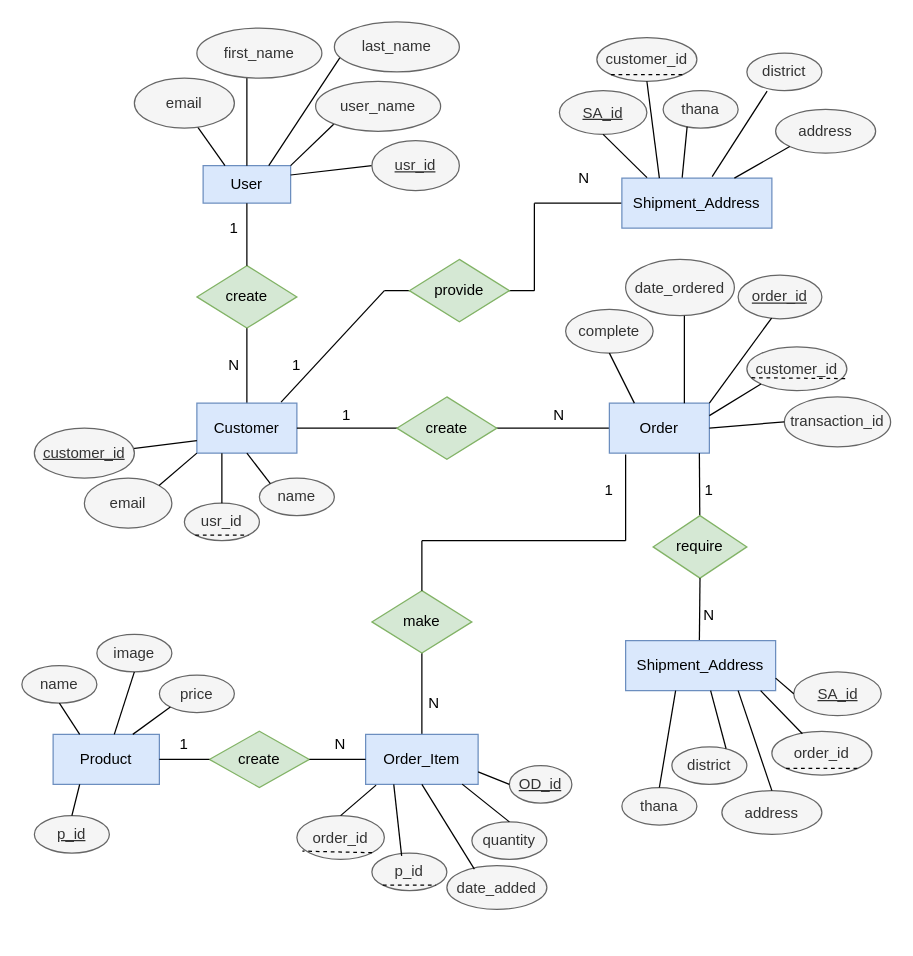
Before: erDiagram/ermodel.drawio in FahadulShadhin/brikkho, a draw.io diagram. Source tidied: cells renumbered, new cells numbered last; positions are measured from the earlier drawing's top-left corner, leaving out a move shared by most shapes. Both pictures are drawn from the tidied source at 125%, with x=0, y=0 at pixel (21, 21).
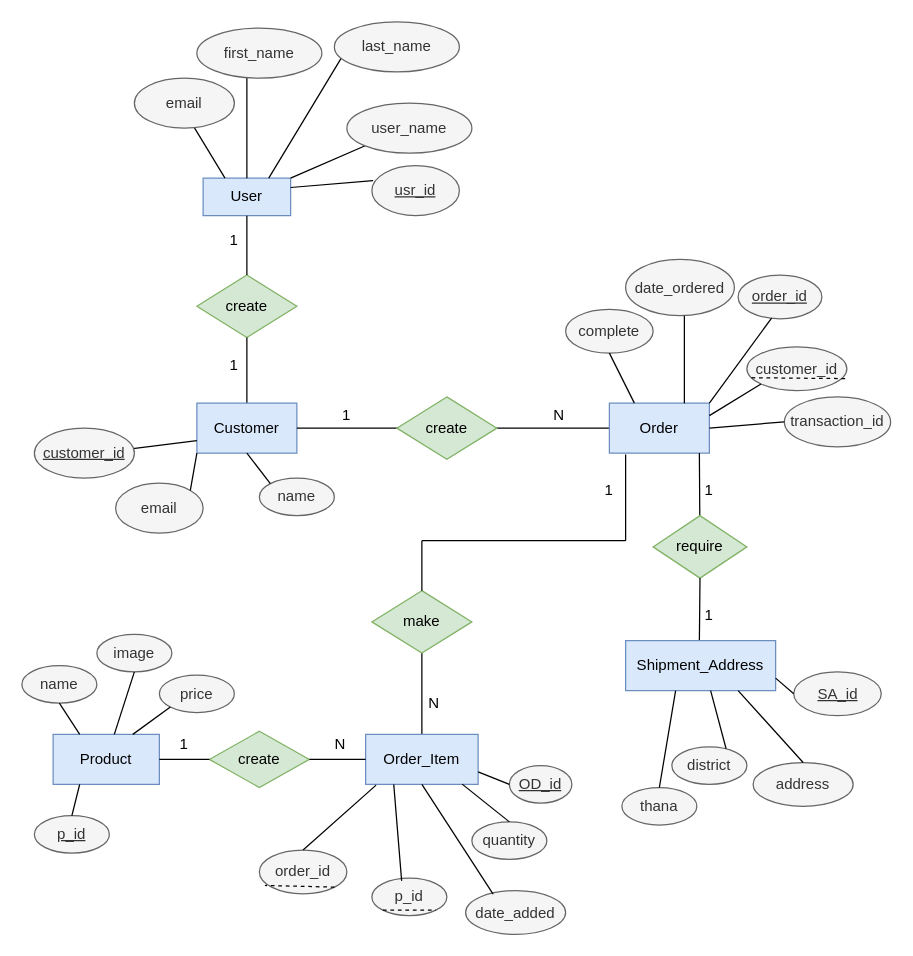
Above is the later version.

Unchanged cells that the change refers to:
```xml
<mxCell id="13" value="Customer" style="rounded=0;whiteSpace=wrap;html=1;fillColor=#dae8fc;strokeColor=#6c8ebf;" parent="1" vertex="1">
  <mxGeometry x="140" y="305" width="80" height="40" as="geometry" />
</mxCell>
```

What changed in the source:
```diff
@@
     <mxCell id="2" value="User" style="rounded=0;whiteSpace=wrap;html=1;fillColor=#dae8fc;strokeColor=#6c8ebf;" parent="1" vertex="1">
-      <mxGeometry x="145" y="115" width="70" height="30" as="geometry" />
+      <mxGeometry x="145" y="125" width="70" height="30" as="geometry" />
     </mxCell>
@@
     <mxCell id="4" value="user_name" style="ellipse;whiteSpace=wrap;html=1;fillColor=#f5f5f5;strokeColor=#666666;fontColor=#333333;" parent="1" vertex="1">
-      <mxGeometry x="235" y="47.5" width="100" height="40" as="geometry" />
+      <mxGeometry x="260" y="65" width="100" height="40" as="geometry" />
     </mxCell>
@@
     <mxCell id="11" value="create" style="rhombus;whiteSpace=wrap;html=1;fillColor=#d5e8d4;strokeColor=#82b366;" parent="1" vertex="1">
-      <mxGeometry x="140" y="195" width="80" height="50" as="geometry" />
+      <mxGeometry x="140" y="202.5" width="80" height="50" as="geometry" />
     </mxCell>
@@
-    <mxCell id="14" style="endArrow=none;html=1;exitX=1;exitY=0.25;exitDx=0;exitDy=0;" parent="1" edge="1" source="2">
-      <mxGeometry relative="1" as="geometry">
-        <mxPoint x="280" y="115" as="targetPoint" />
-      </mxGeometry>
+    <mxCell id="14" style="endArrow=none;html=1;exitX=1;exitY=0.25;exitDx=0;exitDy=0;entryX=0.014;entryY=0.3;entryDx=0;entryDy=0;entryPerimeter=0;" parent="1" edge="1" source="2" target="15">
+      <mxGeometry relative="1" as="geometry" />
     </mxCell>
     <mxCell id="15" value="&lt;u&gt;usr_id&lt;/u&gt;" style="ellipse;whiteSpace=wrap;html=1;fillColor=#f5f5f5;strokeColor=#666666;fontColor=#333333;" parent="1" vertex="1">
-      <mxGeometry x="280" y="95" width="70" height="40" as="geometry" />
+      <mxGeometry x="280" y="115" width="70" height="40" as="geometry" />
     </mxCell>
-    <mxCell id="16" value="1" style="text;html=1;strokeColor=none;fillColor=none;align=center;verticalAlign=middle;whiteSpace=wrap;rounded=0;" parent="1" vertex="1">
-      <mxGeometry x="200" y="265" width="40" height="20" as="geometry" />
-    </mxCell>
-    <mxCell id="17" value="N" style="text;html=1;strokeColor=none;fillColor=none;align=center;verticalAlign=middle;whiteSpace=wrap;rounded=0;" parent="1" vertex="1">
+    <mxCell id="17" value="1" style="text;html=1;strokeColor=none;fillColor=none;align=center;verticalAlign=middle;whiteSpace=wrap;rounded=0;" parent="1" vertex="1">
       <mxGeometry x="150" y="265" width="40" height="20" as="geometry" />
     </mxCell>
-    <mxCell id="18" value="usr_id" style="ellipse;whiteSpace=wrap;html=1;fillColor=#f5f5f5;strokeColor=#666666;fontColor=#333333;" parent="1" vertex="1">
-      <mxGeometry x="130" y="385" width="60" height="30" as="geometry" />
-    </mxCell>
@@
-    <mxCell id="20" style="endArrow=none;dashed=1;html=1;entryX=1;entryY=1;entryDx=0;entryDy=0;exitX=0;exitY=1;exitDx=0;exitDy=0;" parent="1" edge="1" source="18" target="18">
-      <mxGeometry relative="1" as="geometry" />
-    </mxCell>
-    <mxCell id="21" style="endArrow=none;html=1;entryX=0.25;entryY=1;entryDx=0;entryDy=0;exitX=0.5;exitY=0;exitDx=0;exitDy=0;" parent="1" edge="1" source="18" target="13">
-      <mxGeometry relative="1" as="geometry" />
-    </mxCell>
@@
     <mxCell id="23" value="email" style="ellipse;whiteSpace=wrap;html=1;fillColor=#f5f5f5;strokeColor=#666666;fontColor=#333333;" parent="1" vertex="1">
-      <mxGeometry x="50" y="365" width="70" height="40" as="geometry" />
+      <mxGeometry x="75" y="369" width="70" height="40" as="geometry" />
     </mxCell>
@@
-    <mxCell id="47" value="N" style="text;html=1;strokeColor=none;fillColor=none;align=center;verticalAlign=middle;whiteSpace=wrap;rounded=0;" parent="1" vertex="1">
+    <mxCell id="47" value="1" style="text;html=1;strokeColor=none;fillColor=none;align=center;verticalAlign=middle;whiteSpace=wrap;rounded=0;" parent="1" vertex="1">
       <mxGeometry x="530" y="465" width="40" height="20" as="geometry" />
     </mxCell>
@@
-    <mxCell id="49" value="order_id" style="ellipse;whiteSpace=wrap;html=1;fillColor=#f5f5f5;strokeColor=#666666;fontColor=#333333;" parent="1" vertex="1">
-      <mxGeometry x="600" y="567.5" width="80" height="35" as="geometry" />
-    </mxCell>
-    <mxCell id="50" style="endArrow=none;dashed=1;html=1;entryX=1;entryY=1;entryDx=0;entryDy=0;exitX=0;exitY=1;exitDx=0;exitDy=0;" parent="1" edge="1" source="49" target="49">
-      <mxGeometry relative="1" as="geometry" />
-    </mxCell>
-    <mxCell id="51" style="endArrow=none;html=1;entryX=0.305;entryY=0.057;entryDx=0;entryDy=0;entryPerimeter=0;" parent="1" edge="1" target="49">
-      <mxGeometry relative="1" as="geometry">
-        <mxPoint x="591" y="535" as="sourcePoint" />
-      </mxGeometry>
-    </mxCell>
     <mxCell id="52" value="address" style="ellipse;whiteSpace=wrap;html=1;fillColor=#f5f5f5;strokeColor=#666666;fontColor=#333333;" parent="1" vertex="1">
-      <mxGeometry x="560" y="615" width="80" height="35" as="geometry" />
+      <mxGeometry x="585" y="592.5" width="80" height="35" as="geometry" />
     </mxCell>
@@
     <mxCell id="66" value="order_id" style="ellipse;whiteSpace=wrap;html=1;fillColor=#f5f5f5;strokeColor=#666666;fontColor=#333333;" parent="1" vertex="1">
-      <mxGeometry x="220" y="635" width="70" height="35" as="geometry" />
+      <mxGeometry x="190" y="662.5" width="70" height="35" as="geometry" />
     </mxCell>
@@
     <mxCell id="69" value="p_id" style="ellipse;whiteSpace=wrap;html=1;fillColor=#f5f5f5;strokeColor=#666666;fontColor=#333333;" parent="1" vertex="1">
-      <mxGeometry x="280" y="665" width="60" height="30" as="geometry" />
+      <mxGeometry x="280" y="685" width="60" height="30" as="geometry" />
     </mxCell>
@@
     <mxCell id="73" value="date_added" style="ellipse;whiteSpace=wrap;html=1;fillColor=#f5f5f5;strokeColor=#666666;fontColor=#333333;" parent="1" vertex="1">
-      <mxGeometry x="340" y="675" width="80" height="35" as="geometry" />
+      <mxGeometry x="355" y="695" width="80" height="35" as="geometry" />
     </mxCell>
@@
-    <mxCell id="87" style="endArrow=none;html=1;entryX=0.842;entryY=-0.02;entryDx=0;entryDy=0;entryPerimeter=0;" parent="1" edge="1" target="13">
-      <mxGeometry relative="1" as="geometry">
-        <mxPoint x="290" y="215" as="sourcePoint" />
-      </mxGeometry>
-    </mxCell>
-    <mxCell id="88" style="endArrow=none;html=1;" parent="1" edge="1">
-      <mxGeometry relative="1" as="geometry">
-        <mxPoint x="290" y="215" as="sourcePoint" />
-        <mxPoint x="410" y="215" as="targetPoint" />
-      </mxGeometry>
-    </mxCell>
-    <mxCell id="89" style="endArrow=none;html=1;" parent="1" edge="1">
-      <mxGeometry relative="1" as="geometry">
-        <mxPoint x="410" y="215" as="sourcePoint" />
-        <mxPoint x="410" y="145" as="targetPoint" />
-      </mxGeometry>
-    </mxCell>
-    <mxCell id="90" style="endArrow=none;html=1;entryX=0;entryY=0.5;entryDx=0;entryDy=0;" parent="1" edge="1" target="92">
-      <mxGeometry relative="1" as="geometry">
-        <mxPoint x="410" y="145" as="sourcePoint" />
-      </mxGeometry>
-    </mxCell>
-    <mxCell id="91" value="provide" style="rhombus;whiteSpace=wrap;html=1;fillColor=#d5e8d4;strokeColor=#82b366;" parent="1" vertex="1">
-      <mxGeometry x="310" y="190" width="80" height="50" as="geometry" />
-    </mxCell>
-    <mxCell id="92" value="Shipment_Address" style="rounded=0;whiteSpace=wrap;html=1;fillColor=#dae8fc;strokeColor=#6c8ebf;" parent="1" vertex="1">
-      <mxGeometry x="480" y="125" width="120" height="40" as="geometry" />
-    </mxCell>
-    <mxCell id="93" value="&lt;u&gt;SA_id&lt;/u&gt;" style="ellipse;whiteSpace=wrap;html=1;fillColor=#f5f5f5;strokeColor=#666666;fontColor=#333333;" parent="1" vertex="1">
-      <mxGeometry x="430" y="55" width="70" height="35" as="geometry" />
-    </mxCell>
-    <mxCell id="94" value="customer_id" style="ellipse;whiteSpace=wrap;html=1;fillColor=#f5f5f5;strokeColor=#666666;fontColor=#333333;" parent="1" vertex="1">
-      <mxGeometry x="460" y="12.5" width="80" height="35" as="geometry" />
-    </mxCell>
-    <mxCell id="95" value="address" style="ellipse;whiteSpace=wrap;html=1;fillColor=#f5f5f5;strokeColor=#666666;fontColor=#333333;" parent="1" vertex="1">
-      <mxGeometry x="603" y="70" width="80" height="35" as="geometry" />
-    </mxCell>
-    <mxCell id="96" value="district" style="ellipse;whiteSpace=wrap;html=1;fillColor=#f5f5f5;strokeColor=#666666;fontColor=#333333;" parent="1" vertex="1">
-      <mxGeometry x="580" y="25" width="60" height="30" as="geometry" />
-    </mxCell>
-    <mxCell id="97" value="thana" style="ellipse;whiteSpace=wrap;html=1;fillColor=#f5f5f5;strokeColor=#666666;fontColor=#333333;" parent="1" vertex="1">
-      <mxGeometry x="513" y="55" width="60" height="30" as="geometry" />
-    </mxCell>
-    <mxCell id="98" style="endArrow=none;dashed=1;html=1;entryX=1;entryY=1;entryDx=0;entryDy=0;exitX=0;exitY=1;exitDx=0;exitDy=0;" parent="1" edge="1" source="94" target="94">
-      <mxGeometry relative="1" as="geometry" />
-    </mxCell>
-    <mxCell id="99" style="edgeStyle=orthogonalEdgeStyle;rounded=0;orthogonalLoop=1;jettySize=auto;html=1;exitX=0.5;exitY=1;exitDx=0;exitDy=0;" parent="1" edge="1" source="96" target="96">
-      <mxGeometry relative="1" as="geometry" />
-    </mxCell>
-    <mxCell id="100" style="endArrow=none;html=1;entryX=0.5;entryY=1;entryDx=0;entryDy=0;exitX=0.168;exitY=-0.01;exitDx=0;exitDy=0;exitPerimeter=0;" parent="1" edge="1" source="92" target="93">
-      <mxGeometry relative="1" as="geometry" />
-    </mxCell>
-    <mxCell id="101" style="endArrow=none;html=1;entryX=0.5;entryY=1;entryDx=0;entryDy=0;exitX=0.25;exitY=0;exitDx=0;exitDy=0;" parent="1" edge="1" source="92" target="94">
-      <mxGeometry relative="1" as="geometry" />
-    </mxCell>
-    <mxCell id="102" style="endArrow=none;html=1;entryX=0.32;entryY=0.96;entryDx=0;entryDy=0;exitX=0.402;exitY=-0.01;exitDx=0;exitDy=0;exitPerimeter=0;entryPerimeter=0;" parent="1" edge="1" source="92" target="97">
-      <mxGeometry relative="1" as="geometry" />
-    </mxCell>
-    <mxCell id="103" style="endArrow=none;html=1;entryX=0.27;entryY=1.013;entryDx=0;entryDy=0;entryPerimeter=0;exitX=0.602;exitY=-0.03;exitDx=0;exitDy=0;exitPerimeter=0;" parent="1" edge="1" source="92" target="96">
-      <mxGeometry relative="1" as="geometry" />
-    </mxCell>
-    <mxCell id="104" style="endArrow=none;html=1;entryX=0;entryY=1;entryDx=0;entryDy=0;exitX=0.75;exitY=0;exitDx=0;exitDy=0;" parent="1" edge="1" source="92" target="95">
-      <mxGeometry relative="1" as="geometry" />
-    </mxCell>
-    <mxCell id="105" value="N" style="text;html=1;strokeColor=none;fillColor=none;align=center;verticalAlign=middle;whiteSpace=wrap;rounded=0;" parent="1" vertex="1">
-      <mxGeometry x="430" y="115" width="40" height="20" as="geometry" />
-    </mxCell>
@@
     <mxCell id="107" value="1" style="text;html=1;strokeColor=none;fillColor=none;align=center;verticalAlign=middle;whiteSpace=wrap;rounded=0;" parent="1" vertex="1">
-      <mxGeometry x="150" y="155" width="40" height="20" as="geometry" />
+      <mxGeometry x="150" y="165" width="40" height="20" as="geometry" />
     </mxCell>
```
